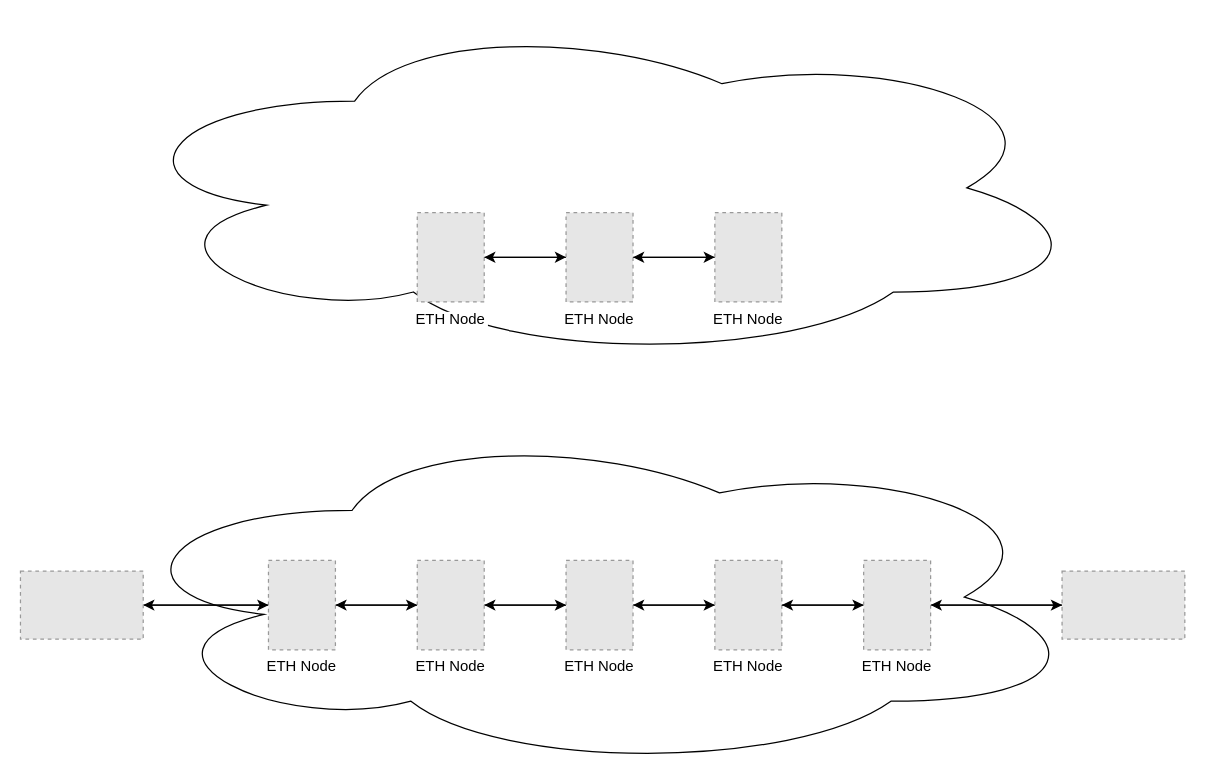
The draw.io diagram Topology.drawio in rumsystem/rum-eth-mvm, before the edit. Source tidied: cells renumbered, new cells numbered last; positions are measured from the earlier drawing's top-left corner, leaving out a move shared by most shapes. Both pictures are drawn from the tidied source at 124%, with x=0, y=0 at pixel (20, 14). Pictures stored in the file or linked from it are replaced by grey dashed boxes.
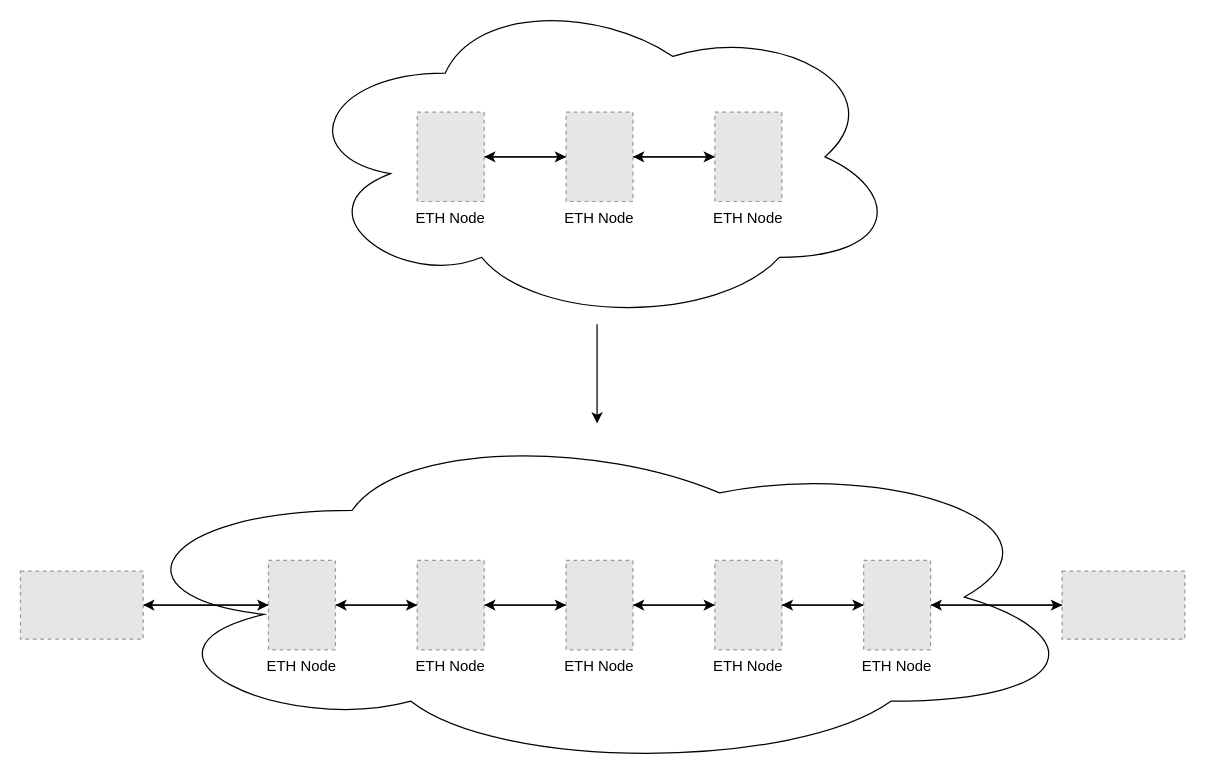
Above is the later version.

Unchanged cells that the change refers to:
```xml
<mxCell id="3" style="ellipse;shape=cloud;whiteSpace=wrap;html=1;" parent="1" vertex="1">
  <mxGeometry x="70" y="330" width="790" height="280" as="geometry" />
</mxCell>
```

The edit, as a diff of the source:
```diff
@@
+    <mxCell id="30" style="edgeStyle=orthogonalEdgeStyle;rounded=0;jettySize=auto;html=1;" parent="1" edge="1" source="2" target="3">
+      <mxGeometry relative="1" as="geometry" />
+    </mxCell>
     <mxCell id="2" style="ellipse;shape=cloud;whiteSpace=wrap;html=1;" parent="1" vertex="1">
-      <mxGeometry x="72" width="790" height="280" as="geometry" />
+      <mxGeometry x="220" y="-20" width="490" height="270" as="geometry" />
     </mxCell>
@@
     <mxCell id="24" value="ETH Node" style="fillColor=#E6E6E6;strokeColor=#999999;dashed=1;verticalLabelPosition=bottom;labelBackgroundColor=#ffffff;verticalAlign=top;" parent="1" vertex="1">
-      <mxGeometry x="320" y="160" width="54" height="72" as="geometry" />
+      <mxGeometry x="320" y="79" width="54" height="72" as="geometry" />
     </mxCell>
@@
     <mxCell id="27" value="ETH Node" style="fillColor=#E6E6E6;strokeColor=#999999;dashed=1;verticalLabelPosition=bottom;labelBackgroundColor=#ffffff;verticalAlign=top;" parent="1" vertex="1">
-      <mxGeometry x="440" y="160" width="54" height="72" as="geometry" />
+      <mxGeometry x="440" y="79" width="54" height="72" as="geometry" />
     </mxCell>
@@
     <mxCell id="29" value="ETH Node" style="fillColor=#E6E6E6;strokeColor=#999999;dashed=1;verticalLabelPosition=bottom;labelBackgroundColor=#ffffff;verticalAlign=top;" parent="1" vertex="1">
-      <mxGeometry x="560" y="160" width="54" height="72" as="geometry" />
+      <mxGeometry x="560" y="79" width="54" height="72" as="geometry" />
     </mxCell>
```
